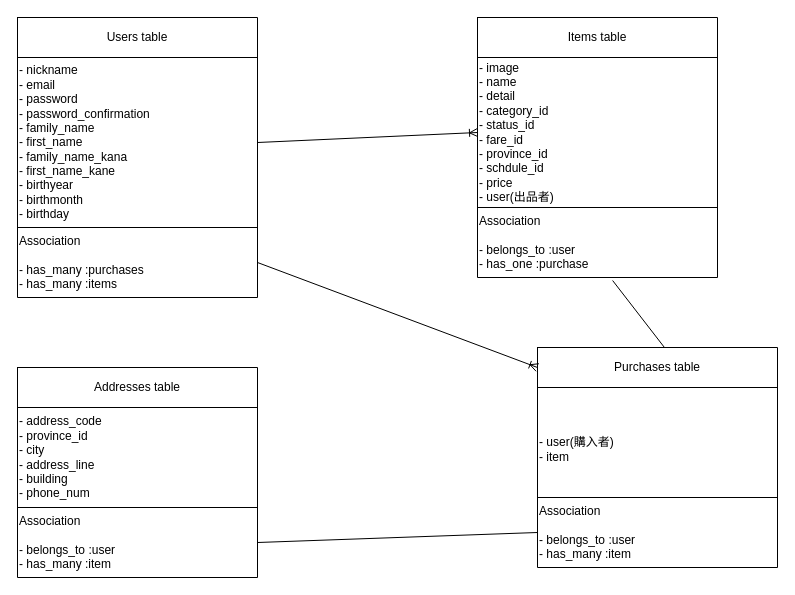
The draw.io diagram frima.dio in itoma1124/re-furima-33553, before the edit. Source tidied: cells renumbered, new cells numbered last; positions are measured from the earlier drawing's top-left corner, leaving out a move shared by most shapes. Both pictures are drawn from the tidied source at 100%, with x=0, y=0 at pixel (17, 17).
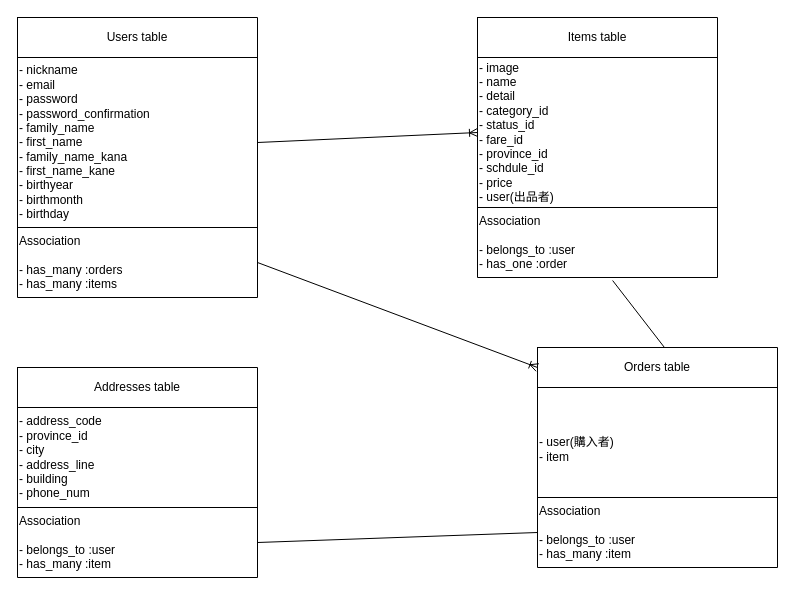
Above is the later version.

The change refers to these unchanged cells:
```xml
<mxCell id="7" style="shape=partialRectangle;html=1;whiteSpace=wrap;fillColor=none;top=0;left=0;bottom=0;right=0;points=[[0,0.5],[1,0.5]];portConstraint=eastwest;" parent="2" vertex="1">
  <mxGeometry y="210" width="240" height="70" as="geometry" />
</mxCell>
<mxCell id="14" style="shape=partialRectangle;html=1;whiteSpace=wrap;fillColor=none;top=0;left=0;bottom=0;right=0;points=[[0,0.5],[1,0.5]];portConstraint=eastwest;" parent="9" vertex="1">
  <mxGeometry y="190" width="240" height="70" as="geometry" />
</mxCell>
<mxCell id="17" style="shape=partialRectangle;html=1;whiteSpace=wrap;fillColor=none;top=0;left=0;bottom=0;right=0;points=[[0,0.5],[1,0.5]];portConstraint=eastwest;" parent="16" vertex="1">
  <mxGeometry width="240" height="40" as="geometry" />
</mxCell>
```

Change to the diagram source:
```diff
@@
-    <mxCell id="8" value="Association&lt;br&gt;&lt;br&gt;- has_many :purchases&lt;br&gt;- has_many :items" style="shape=partialRectangle;html=1;whiteSpace=wrap;overflow=hidden;fillColor=none;top=0;left=0;bottom=0;right=0;align=left;" parent="7" vertex="1">
+    <mxCell id="8" value="Association&lt;br&gt;&lt;br&gt;- has_many :orders&lt;br&gt;- has_many :items" style="shape=partialRectangle;html=1;whiteSpace=wrap;overflow=hidden;fillColor=none;top=0;left=0;bottom=0;right=0;align=left;" parent="7" vertex="1">
       <mxGeometry width="240" height="70" as="geometry" />
     </mxCell>
@@
-    <mxCell id="15" value="Association&lt;br&gt;&lt;br&gt;- belongs_to :user&lt;br&gt;- has_one :purchase" style="shape=partialRectangle;html=1;whiteSpace=wrap;overflow=hidden;fillColor=none;top=0;left=0;bottom=0;right=0;align=left;" parent="14" vertex="1">
+    <mxCell id="15" value="Association&lt;br&gt;&lt;br&gt;- belongs_to :user&lt;br&gt;- has_one :order" style="shape=partialRectangle;html=1;whiteSpace=wrap;overflow=hidden;fillColor=none;top=0;left=0;bottom=0;right=0;align=left;" parent="14" vertex="1">
       <mxGeometry width="240" height="70" as="geometry" />
     </mxCell>
@@
-    <mxCell id="18" value="Purchases table" style="shape=partialRectangle;html=1;whiteSpace=wrap;overflow=hidden;fillColor=none;top=0;left=0;bottom=0;right=0;" parent="17" vertex="1">
+    <mxCell id="18" value="Orders table" style="shape=partialRectangle;html=1;whiteSpace=wrap;overflow=hidden;fillColor=none;top=0;left=0;bottom=0;right=0;" parent="17" vertex="1">
       <mxGeometry width="240" height="40" as="geometry" />
     </mxCell>
```
